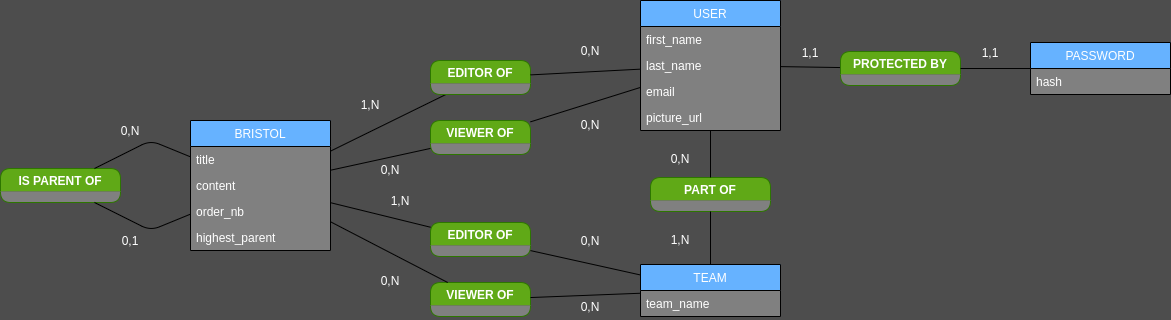
The draw.io diagram MCD/mcd.png in moymat/bristolbe, before a commit. Source tidied: cells renumbered, new cells last; positions are measured from the earlier drawing's top-left corner, leaving out a move shared by most shapes.
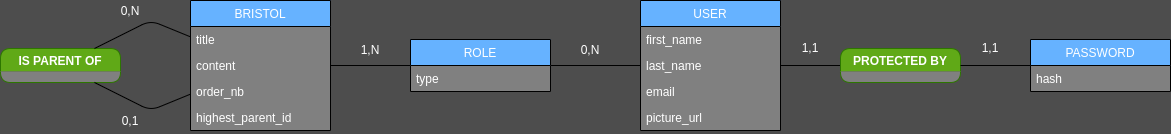
The same diagram one commit later.

Commit message:
added role table in MCD

Change to the diagram source:
```diff
@@ -14,17 +14,17 @@
     <mxCell id="5" value="order_nb" style="text;strokeColor=none;fillColor=none;align=left;verticalAlign=top;spacingLeft=4;spacingRight=4;overflow=hidden;fontColor=#FFFFFF;" parent="2" vertex="1">
       <mxGeometry y="78" width="140" height="26" as="geometry" />
     </mxCell>
-    <mxCell id="6" value="highest_parent" style="text;strokeColor=none;fillColor=none;align=left;verticalAlign=top;spacingLeft=4;spacingRight=4;overflow=hidden;fontColor=#FFFFFF;" parent="2" vertex="1">
+    <mxCell id="6" value="highest_parent_id" style="text;strokeColor=none;fillColor=none;align=left;verticalAlign=top;spacingLeft=4;spacingRight=4;overflow=hidden;fontColor=#FFFFFF;" parent="2" vertex="1">
       <mxGeometry y="104" width="140" height="26" as="geometry" />
     </mxCell>
     <mxCell id="7" value="PASSWORD" style="swimlane;fontStyle=0;horizontal=1;startSize=26;fillColor=#66B2FF;swimlaneFillColor=#808080;fontColor=#FFFFFF;" parent="1" vertex="1">
-      <mxGeometry x="1030" y="42" width="140" height="52" as="geometry" />
+      <mxGeometry x="1030" y="159" width="140" height="52" as="geometry" />
     </mxCell>
     <mxCell id="8" value="hash" style="text;strokeColor=none;fillColor=none;align=left;verticalAlign=top;spacingLeft=4;spacingRight=4;overflow=hidden;fontColor=#FFFFFF;" parent="7" vertex="1">
       <mxGeometry y="26" width="140" height="26" as="geometry" />
     </mxCell>
     <mxCell id="9" value="USER" style="swimlane;fontStyle=0;horizontal=1;startSize=26;fillColor=#66B2FF;swimlaneFillColor=#808080;fontColor=#FFFFFF;" parent="1" vertex="1">
-      <mxGeometry x="640" width="140" height="130" as="geometry" />
+      <mxGeometry x="640" y="120" width="140" height="130" as="geometry" />
     </mxCell>
     <mxCell id="10" value="first_name" style="text;strokeColor=none;fillColor=none;align=left;verticalAlign=top;spacingLeft=4;spacingRight=4;overflow=hidden;fontColor=#FFFFFF;" parent="9" vertex="1">
       <mxGeometry y="26" width="140" height="26" as="geometry" />
@@ -41,48 +41,24 @@
     <mxCell id="14" style="endArrow=none;html=1;fontColor=#FFFFFF;" parent="1" edge="1" source="18" target="9">
       <mxGeometry relative="1" as="geometry" />
     </mxCell>
-    <mxCell id="15" style="endArrow=none;html=1;fontColor=#FFFFFF;" parent="1" edge="1" source="16" target="2">
+    <mxCell id="15" style="endArrow=none;html=1;fontColor=#FFFFFF;" parent="1" edge="1" source="51" target="2">
       <mxGeometry relative="1" as="geometry" />
     </mxCell>
-    <mxCell id="16" value="EDITOR OF" style="swimlane;fillColor=#60a917;strokeColor=#2D7600;rounded=1;swimlaneLine=0;swimlaneFillColor=#808080;fontColor=#FFFFFF;" parent="1" vertex="1">
-      <mxGeometry x="430" y="60" width="100" height="34" as="geometry" />
-    </mxCell>
-    <mxCell id="17" style="endArrow=none;html=1;fontColor=#FFFFFF;" parent="1" edge="1" source="9" target="16">
+    <mxCell id="17" style="endArrow=none;html=1;fontColor=#FFFFFF;" parent="1" edge="1" source="9" target="51">
       <mxGeometry relative="1" as="geometry" />
     </mxCell>
     <mxCell id="18" value="PROTECTED BY" style="swimlane;fillColor=#60a917;strokeColor=#2D7600;rounded=1;swimlaneLine=0;swimlaneFillColor=#808080;fontColor=#FFFFFF;" parent="1" vertex="1">
-      <mxGeometry x="840" y="51" width="120" height="34" as="geometry" />
+      <mxGeometry x="840" y="168" width="120" height="34" as="geometry" />
     </mxCell>
     <mxCell id="19" style="endArrow=none;html=1;fontColor=#FFFFFF;" parent="1" edge="1" source="18" target="7">
       <mxGeometry relative="1" as="geometry" />
     </mxCell>
-    <mxCell id="20" value="0,N" style="text;html=1;strokeColor=none;fillColor=none;align=center;verticalAlign=middle;whiteSpace=wrap;rounded=0;fontColor=#FFFFFF;" parent="1" vertex="1">
-      <mxGeometry x="570" y="40" width="40" height="20" as="geometry" />
-    </mxCell>
-    <mxCell id="21" value="1,N" style="text;html=1;strokeColor=none;fillColor=none;align=center;verticalAlign=middle;whiteSpace=wrap;rounded=0;fontColor=#FFFFFF;" parent="1" vertex="1">
-      <mxGeometry x="350" y="94" width="40" height="20" as="geometry" />
-    </mxCell>
     <mxCell id="22" value="1,1" style="text;html=1;strokeColor=none;fillColor=none;align=center;verticalAlign=middle;whiteSpace=wrap;rounded=0;fontColor=#FFFFFF;" parent="1" vertex="1">
-      <mxGeometry x="790" y="42" width="40" height="20" as="geometry" />
+      <mxGeometry x="790" y="157.5" width="40" height="20" as="geometry" />
     </mxCell>
     <mxCell id="23" value="1,1" style="text;html=1;strokeColor=none;fillColor=none;align=center;verticalAlign=middle;whiteSpace=wrap;rounded=0;fontColor=#FFFFFF;" parent="1" vertex="1">
-      <mxGeometry x="970" y="42" width="40" height="20" as="geometry" />
+      <mxGeometry x="970" y="157.5" width="40" height="20" as="geometry" />
     </mxCell>
-    <mxCell id="24" value="VIEWER OF" style="swimlane;fillColor=#60a917;strokeColor=#2D7600;rounded=1;swimlaneLine=0;swimlaneFillColor=#808080;fontColor=#FFFFFF;startSize=23;" parent="1" vertex="1">
-      <mxGeometry x="430" y="120" width="100" height="34" as="geometry" />
-    </mxCell>
-    <mxCell id="25" style="endArrow=none;html=1;fontColor=#FFFFFF;" parent="1" edge="1" source="24" target="2">
-      <mxGeometry relative="1" as="geometry" />
-    </mxCell>
-    <mxCell id="26" style="endArrow=none;html=1;fontColor=#FFFFFF;" parent="1" edge="1" source="9" target="24">
-      <mxGeometry relative="1" as="geometry" />
-    </mxCell>
-    <mxCell id="27" value="0,N" style="text;html=1;strokeColor=none;fillColor=none;align=center;verticalAlign=middle;whiteSpace=wrap;rounded=0;fontColor=#FFFFFF;" parent="1" vertex="1">
-      <mxGeometry x="570" y="114" width="40" height="20" as="geometry" />
-    </mxCell>
-    <mxCell id="28" value="0,N" style="text;html=1;strokeColor=none;fillColor=none;align=center;verticalAlign=middle;whiteSpace=wrap;rounded=0;fontColor=#FFFFFF;" parent="1" vertex="1">
-      <mxGeometry x="370" y="159" width="40" height="20" as="geometry" />
-    </mxCell>
     <mxCell id="29" value="IS PARENT OF" style="swimlane;fillColor=#60a917;strokeColor=#2D7600;rounded=1;swimlaneLine=0;swimlaneFillColor=#808080;fontColor=#FFFFFF;startSize=23;" parent="1" vertex="1">
       <mxGeometry y="168" width="120" height="34" as="geometry" />
     </mxCell>
@@ -106,56 +82,17 @@
     <mxCell id="33" value="0,N" style="text;html=1;strokeColor=none;fillColor=none;align=center;verticalAlign=middle;whiteSpace=wrap;rounded=0;fontColor=#FFFFFF;" parent="1" vertex="1">
       <mxGeometry x="110" y="120" width="40" height="20" as="geometry" />
     </mxCell>
-    <mxCell id="34" value="TEAM" style="swimlane;fontStyle=0;horizontal=1;startSize=26;fillColor=#66B2FF;swimlaneFillColor=#808080;fontColor=#FFFFFF;" parent="1" vertex="1">
-      <mxGeometry x="640" y="264" width="140" height="52" as="geometry" />
-    </mxCell>
-    <mxCell id="35" value="team_name" style="text;strokeColor=none;fillColor=none;align=left;verticalAlign=top;spacingLeft=4;spacingRight=4;overflow=hidden;fontColor=#FFFFFF;" parent="34" vertex="1">
-      <mxGeometry y="26" width="140" height="26" as="geometry" />
-    </mxCell>
-    <mxCell id="36" value="EDITOR OF" style="swimlane;fillColor=#60a917;strokeColor=#2D7600;rounded=1;swimlaneLine=0;swimlaneFillColor=#808080;fontColor=#FFFFFF;" parent="1" vertex="1">
-      <mxGeometry x="430" y="222" width="100" height="34" as="geometry" />
-    </mxCell>
-    <mxCell id="37" value="VIEWER OF" style="swimlane;fillColor=#60a917;strokeColor=#2D7600;rounded=1;swimlaneLine=0;swimlaneFillColor=#808080;fontColor=#FFFFFF;startSize=23;" parent="1" vertex="1">
-      <mxGeometry x="430" y="282" width="100" height="34" as="geometry" />
-    </mxCell>
-    <mxCell id="38" value="0,N" style="text;html=1;strokeColor=none;fillColor=none;align=center;verticalAlign=middle;whiteSpace=wrap;rounded=0;fontColor=#FFFFFF;" parent="1" vertex="1">
-      <mxGeometry x="570" y="296" width="40" height="20" as="geometry" />
-    </mxCell>
-    <mxCell id="39" value="0,N" style="text;html=1;strokeColor=none;fillColor=none;align=center;verticalAlign=middle;whiteSpace=wrap;rounded=0;fontColor=#FFFFFF;" parent="1" vertex="1">
-      <mxGeometry x="570" y="230" width="40" height="20" as="geometry" />
-    </mxCell>
-    <mxCell id="40" value="1,N" style="text;html=1;strokeColor=none;fillColor=none;align=center;verticalAlign=middle;whiteSpace=wrap;rounded=0;fontColor=#FFFFFF;" parent="1" vertex="1">
-      <mxGeometry x="380" y="190" width="40" height="20" as="geometry" />
-    </mxCell>
-    <mxCell id="41" value="0,N" style="text;html=1;strokeColor=none;fillColor=none;align=center;verticalAlign=middle;whiteSpace=wrap;rounded=0;fontColor=#FFFFFF;" parent="1" vertex="1">
-      <mxGeometry x="370" y="270" width="40" height="20" as="geometry" />
-    </mxCell>
-    <mxCell id="42" style="endArrow=none;html=1;fontColor=#FFFFFF;" parent="1" edge="1" source="34" target="36">
-      <mxGeometry relative="1" as="geometry" />
-    </mxCell>
-    <mxCell id="43" style="endArrow=none;html=1;fontColor=#FFFFFF;" parent="1" edge="1" source="36" target="2">
-      <mxGeometry relative="1" as="geometry" />
-    </mxCell>
-    <mxCell id="44" style="endArrow=none;html=1;fontColor=#FFFFFF;" parent="1" edge="1" source="34" target="37">
-      <mxGeometry relative="1" as="geometry" />
-    </mxCell>
-    <mxCell id="45" style="endArrow=none;html=1;fontColor=#FFFFFF;" parent="1" edge="1" source="37" target="2">
-      <mxGeometry relative="1" as="geometry" />
-    </mxCell>
-    <mxCell id="46" value="PART OF" style="swimlane;fillColor=#60a917;strokeColor=#2D7600;rounded=1;swimlaneLine=0;swimlaneFillColor=#808080;fontColor=#FFFFFF;" parent="1" vertex="1">
-      <mxGeometry x="650" y="177" width="120" height="34" as="geometry" />
-    </mxCell>
-    <mxCell id="47" style="endArrow=none;html=1;fontColor=#FFFFFF;" parent="1" edge="1" source="46" target="9">
-      <mxGeometry relative="1" as="geometry" />
-    </mxCell>
-    <mxCell id="48" style="endArrow=none;html=1;fontColor=#FFFFFF;" parent="1" edge="1" source="46" target="34">
-      <mxGeometry relative="1" as="geometry" />
-    </mxCell>
-    <mxCell id="49" value="0,N" style="text;html=1;strokeColor=none;fillColor=none;align=center;verticalAlign=middle;whiteSpace=wrap;rounded=0;fontColor=#FFFFFF;" parent="1" vertex="1">
-      <mxGeometry x="660" y="148" width="40" height="20" as="geometry" />
-    </mxCell>
-    <mxCell id="50" value="1,N" style="text;html=1;strokeColor=none;fillColor=none;align=center;verticalAlign=middle;whiteSpace=wrap;rounded=0;fontColor=#FFFFFF;" parent="1" vertex="1">
-      <mxGeometry x="660" y="229" width="40" height="20" as="geometry" />
-    </mxCell>
+    <mxCell id="51" value="ROLE" style="swimlane;fontStyle=0;horizontal=1;startSize=26;fillColor=#66B2FF;swimlaneFillColor=#808080;fontColor=#FFFFFF;" parent="1" vertex="1">
+      <mxGeometry x="410" y="159" width="140" height="52" as="geometry" />
+    </mxCell>
+    <mxCell id="52" value="type" style="text;strokeColor=none;fillColor=none;align=left;verticalAlign=top;spacingLeft=4;spacingRight=4;overflow=hidden;fontColor=#FFFFFF;" parent="51" vertex="1">
+      <mxGeometry y="26" width="140" height="26" as="geometry" />
+    </mxCell>
+    <mxCell id="53" value="0,N" style="text;html=1;strokeColor=none;fillColor=none;align=center;verticalAlign=middle;whiteSpace=wrap;rounded=0;fontColor=#FFFFFF;" parent="1" vertex="1">
+      <mxGeometry x="570" y="159" width="40" height="20" as="geometry" />
+    </mxCell>
+    <mxCell id="54" value="1,N" style="text;html=1;strokeColor=none;fillColor=none;align=center;verticalAlign=middle;whiteSpace=wrap;rounded=0;fontColor=#FFFFFF;" parent="1" vertex="1">
+      <mxGeometry x="350" y="159" width="40" height="20" as="geometry" />
+    </mxCell>
   </root>
 </mxGraphModel>
```
